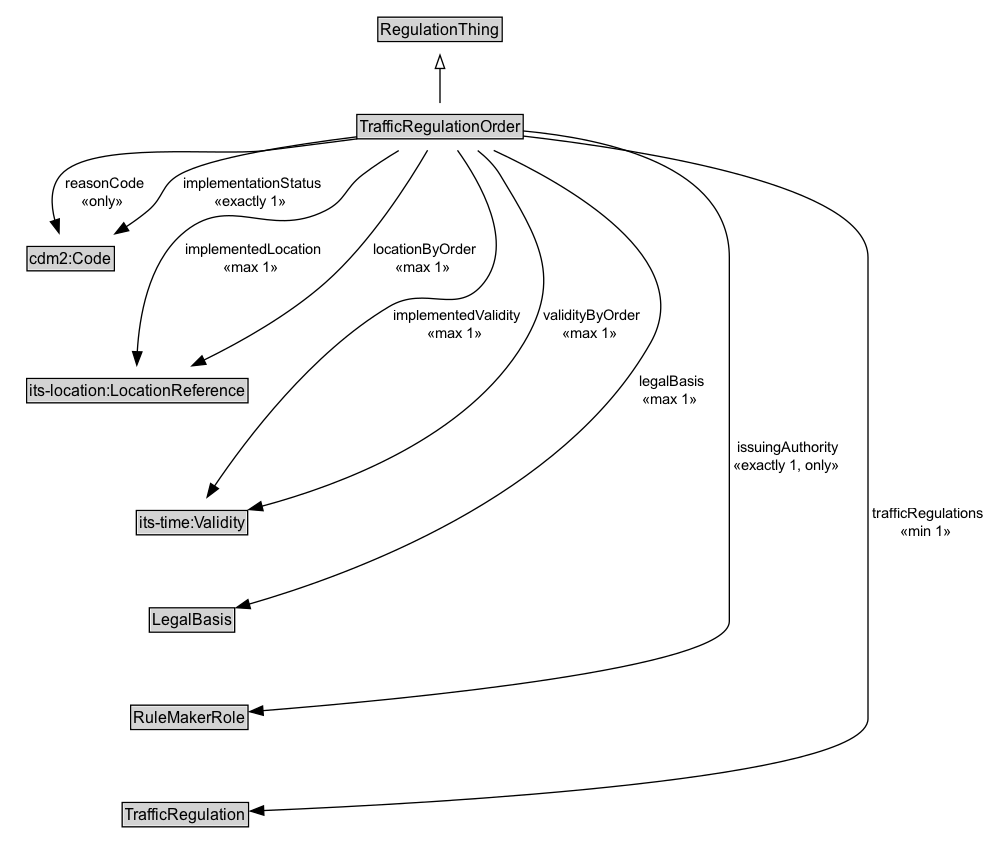
This is docs/diagrams/TrafficRegulationOrder.dot.png from k-vaughn/ontology-its-regulation, a Graphviz export, as it was before one commit. Its source is kept beside it as docs/diagrams/TrafficRegulationOrder.dot. Its diagram source:
```dot
digraph {
	graph [overlap=false rankdir=TB splines=true]
	node [fontname=Arial fontsize=12 margin=0 shape=none]
	edge [fontname=Arial fontsize=11]
	{
		rank=max
		TrafficRegulationOrder [label=<<TABLE BORDER="1" CELLBORDER="0" CELLSPACING="0" CELLPADDING="1"><TR><TD BGCOLOR="lightgray" ALIGN="CENTER" PORT="e">TrafficRegulationOrder</TD></TR></TABLE>> URL="../TrafficRegulationOrder.md" margin=0]
	}
	subgraph cluster_associated {
		label="" style=invis
		Invis [label=<<TABLE BORDER="0" CELLBORDER="0" CELLSPACING="0" CELLPADDING="1"><TR><TD></TD></TR></TABLE>> margin=0 style=invis]
		cdm2_Code [label=<<TABLE BORDER="1" CELLBORDER="0" CELLSPACING="0" CELLPADDING="1"><TR><TD BGCOLOR="lightgray" ALIGN="CENTER">cdm2:Code</TD></TR></TABLE>> margin=0]
		"its-location_LocationReference" [label=<<TABLE BORDER="1" CELLBORDER="0" CELLSPACING="0" CELLPADDING="1"><TR><TD BGCOLOR="lightgray" ALIGN="CENTER">its-location:LocationReference</TD></TR></TABLE>> margin=0]
		"its-time_Validity" [label=<<TABLE BORDER="1" CELLBORDER="0" CELLSPACING="0" CELLPADDING="1"><TR><TD BGCOLOR="lightgray" ALIGN="CENTER">its-time:Validity</TD></TR></TABLE>> margin=0]
		LegalBasis [label=<<TABLE BORDER="1" CELLBORDER="0" CELLSPACING="0" CELLPADDING="1"><TR><TD BGCOLOR="lightgray" ALIGN="CENTER">LegalBasis</TD></TR></TABLE>> URL="../LegalBasis.md" margin=0]
		RuleMakerRole [label=<<TABLE BORDER="1" CELLBORDER="0" CELLSPACING="0" CELLPADDING="1"><TR><TD BGCOLOR="lightgray" ALIGN="CENTER">RuleMakerRole</TD></TR></TABLE>> URL="../RuleMakerRole.md" margin=0]
		TrafficRegulation [label=<<TABLE BORDER="1" CELLBORDER="0" CELLSPACING="0" CELLPADDING="1"><TR><TD BGCOLOR="lightgray" ALIGN="CENTER">TrafficRegulation</TD></TR></TABLE>> URL="../TrafficRegulation.md" margin=0]
	}
	RegulationThing [label=<<TABLE BORDER="1" CELLBORDER="0" CELLSPACING="0" CELLPADDING="1"><TR><TD BGCOLOR="lightgray" ALIGN="CENTER">RegulationThing</TD></TR></TABLE>> URL="../RegulationThing.md" margin=0]
	TrafficRegulationOrder -> RegulationThing [arrowhead=onormal style=solid]
	TrafficRegulationOrder -> Invis [style=invis]
	Invis -> cdm2_Code [style=invis]
	cdm2_Code -> "its-location_LocationReference" [style=invis]
	"its-location_LocationReference" -> "its-time_Validity" [style=invis]
	"its-time_Validity" -> LegalBasis [style=invis]
	LegalBasis -> RuleMakerRole [style=invis]
	RuleMakerRole -> TrafficRegulation [style=invis]
	TrafficRegulationOrder -> RuleMakerRole [label=" issuingAuthority
 «exactly 1, only»  " arrowhead=normal style=solid]
	TrafficRegulationOrder -> cdm2_Code [label=" reasonCode
 «only»  " arrowhead=normal style=solid]
	TrafficRegulationOrder -> cdm2_Code [label=" implementationStatus
 «exactly 1»  " arrowhead=normal style=solid]
	TrafficRegulationOrder -> LegalBasis [label=" legalBasis
 «max 1»  " arrowhead=normal style=solid]
	TrafficRegulationOrder -> "its-location_LocationReference" [label=" implementedLocation
 «max 1»  " arrowhead=normal style=solid]
	TrafficRegulationOrder -> "its-location_LocationReference" [label=" locationByOrder
 «max 1»  " arrowhead=normal style=solid]
	TrafficRegulationOrder -> "its-time_Validity" [label=" implementedValidity
 «max 1»  " arrowhead=normal style=solid]
	TrafficRegulationOrder -> "its-time_Validity" [label=" validityByOrder
 «max 1»  " arrowhead=normal style=solid]
	TrafficRegulationOrder -> TrafficRegulation [label=" trafficRegulations
 «min 1»  " arrowhead=normal style=solid]
}
```
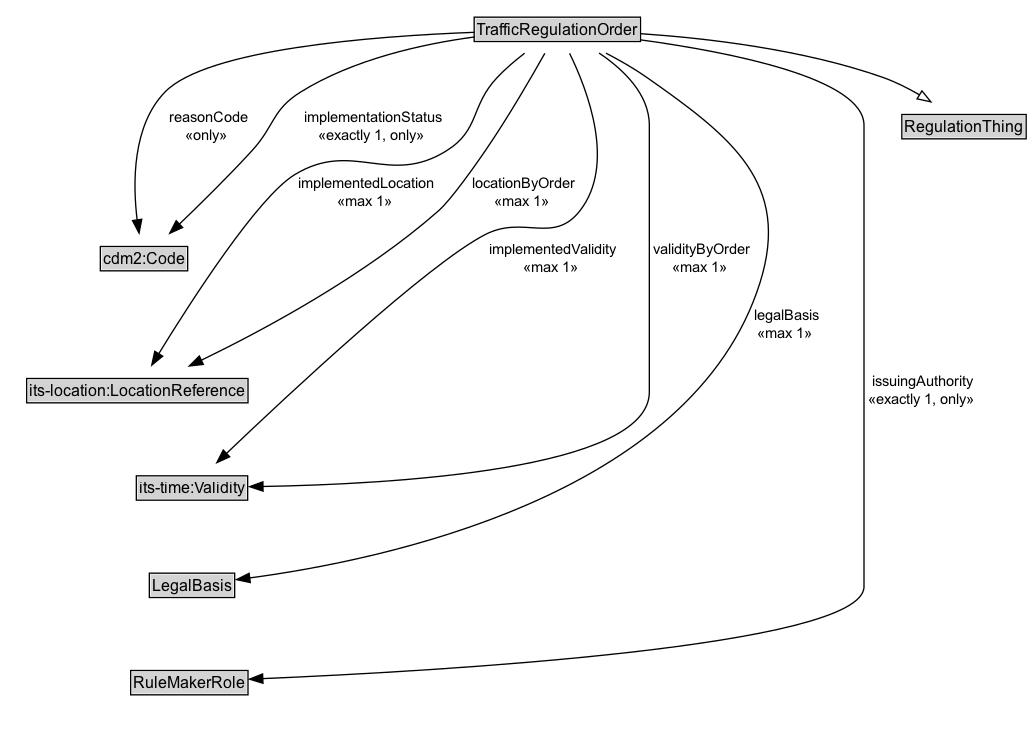
Above is the later version.

The edit, as a diff of the source:
```diff
@@ -2,21 +2,20 @@
 	graph [overlap=false rankdir=TB splines=true]
 	node [fontname=Arial fontsize=12 margin=0 shape=none]
 	edge [fontname=Arial fontsize=11]
+	TrafficRegulationOrder [label=<<TABLE BORDER="1" CELLBORDER="0" CELLSPACING="0" CELLPADDING="1"><TR><TD BGCOLOR="lightgray" ALIGN="CENTER">TrafficRegulationOrder</TD></TR></TABLE>> URL="../TrafficRegulationOrder" margin=0]
 	{
 		rank=max
-		TrafficRegulationOrder [label=<<TABLE BORDER="1" CELLBORDER="0" CELLSPACING="0" CELLPADDING="1"><TR><TD BGCOLOR="lightgray" ALIGN="CENTER" PORT="e">TrafficRegulationOrder</TD></TR></TABLE>> URL="../TrafficRegulationOrder.md" margin=0]
 	}
 	subgraph cluster_associated {
 		label="" style=invis
 		Invis [label=<<TABLE BORDER="0" CELLBORDER="0" CELLSPACING="0" CELLPADDING="1"><TR><TD></TD></TR></TABLE>> margin=0 style=invis]
-		cdm2_Code [label=<<TABLE BORDER="1" CELLBORDER="0" CELLSPACING="0" CELLPADDING="1"><TR><TD BGCOLOR="lightgray" ALIGN="CENTER">cdm2:Code</TD></TR></TABLE>> margin=0]
-		"its-location_LocationReference" [label=<<TABLE BORDER="1" CELLBORDER="0" CELLSPACING="0" CELLPADDING="1"><TR><TD BGCOLOR="lightgray" ALIGN="CENTER">its-location:LocationReference</TD></TR></TABLE>> margin=0]
-		"its-time_Validity" [label=<<TABLE BORDER="1" CELLBORDER="0" CELLSPACING="0" CELLPADDING="1"><TR><TD BGCOLOR="lightgray" ALIGN="CENTER">its-time:Validity</TD></TR></TABLE>> margin=0]
-		LegalBasis [label=<<TABLE BORDER="1" CELLBORDER="0" CELLSPACING="0" CELLPADDING="1"><TR><TD BGCOLOR="lightgray" ALIGN="CENTER">LegalBasis</TD></TR></TABLE>> URL="../LegalBasis.md" margin=0]
-		RuleMakerRole [label=<<TABLE BORDER="1" CELLBORDER="0" CELLSPACING="0" CELLPADDING="1"><TR><TD BGCOLOR="lightgray" ALIGN="CENTER">RuleMakerRole</TD></TR></TABLE>> URL="../RuleMakerRole.md" margin=0]
-		TrafficRegulation [label=<<TABLE BORDER="1" CELLBORDER="0" CELLSPACING="0" CELLPADDING="1"><TR><TD BGCOLOR="lightgray" ALIGN="CENTER">TrafficRegulation</TD></TR></TABLE>> URL="../TrafficRegulation.md" margin=0]
+		cdm2_Code [label=<<TABLE BORDER="1" CELLBORDER="0" CELLSPACING="0" CELLPADDING="1"><TR><TD BGCOLOR="lightgray" ALIGN="CENTER">cdm2:Code</TD></TR></TABLE>> URL="https://w3id.org/citydata/part2/v1/Code" margin=0]
+		"its-location_LocationReference" [label=<<TABLE BORDER="1" CELLBORDER="0" CELLSPACING="0" CELLPADDING="1"><TR><TD BGCOLOR="lightgray" ALIGN="CENTER">its-location:LocationReference</TD></TR></TABLE>> URL="https://w3id.org/itsdata/location/v1/LocationReference" margin=0]
+		"its-time_Validity" [label=<<TABLE BORDER="1" CELLBORDER="0" CELLSPACING="0" CELLPADDING="1"><TR><TD BGCOLOR="lightgray" ALIGN="CENTER">its-time:Validity</TD></TR></TABLE>> URL="https://w3id.org/itsdata/time/v1/Validity" margin=0]
+		LegalBasis [label=<<TABLE BORDER="1" CELLBORDER="0" CELLSPACING="0" CELLPADDING="1"><TR><TD BGCOLOR="lightgray" ALIGN="CENTER">LegalBasis</TD></TR></TABLE>> URL="../LegalBasis" margin=0]
+		RuleMakerRole [label=<<TABLE BORDER="1" CELLBORDER="0" CELLSPACING="0" CELLPADDING="1"><TR><TD BGCOLOR="lightgray" ALIGN="CENTER">RuleMakerRole</TD></TR></TABLE>> URL="../RuleMakerRole" margin=0]
 	}
-	RegulationThing [label=<<TABLE BORDER="1" CELLBORDER="0" CELLSPACING="0" CELLPADDING="1"><TR><TD BGCOLOR="lightgray" ALIGN="CENTER">RegulationThing</TD></TR></TABLE>> URL="../RegulationThing.md" margin=0]
+	RegulationThing [label=<<TABLE BORDER="1" CELLBORDER="0" CELLSPACING="0" CELLPADDING="1"><TR><TD BGCOLOR="lightgray" ALIGN="CENTER">RegulationThing</TD></TR></TABLE>> URL="../RegulationThing" margin=0]
 	TrafficRegulationOrder -> RegulationThing [arrowhead=onormal style=solid]
 	TrafficRegulationOrder -> Invis [style=invis]
 	Invis -> cdm2_Code [style=invis]
@@ -24,13 +23,12 @@
 	"its-location_LocationReference" -> "its-time_Validity" [style=invis]
 	"its-time_Validity" -> LegalBasis [style=invis]
 	LegalBasis -> RuleMakerRole [style=invis]
-	RuleMakerRole -> TrafficRegulation [style=invis]
 	TrafficRegulationOrder -> RuleMakerRole [label=" issuingAuthority
  «exactly 1, only»  " arrowhead=normal style=solid]
 	TrafficRegulationOrder -> cdm2_Code [label=" reasonCode
  «only»  " arrowhead=normal style=solid]
 	TrafficRegulationOrder -> cdm2_Code [label=" implementationStatus
- «exactly 1»  " arrowhead=normal style=solid]
+ «exactly 1, only»  " arrowhead=normal style=solid]
 	TrafficRegulationOrder -> LegalBasis [label=" legalBasis
  «max 1»  " arrowhead=normal style=solid]
 	TrafficRegulationOrder -> "its-location_LocationReference" [label=" implementedLocation
@@ -41,6 +39,4 @@
  «max 1»  " arrowhead=normal style=solid]
 	TrafficRegulationOrder -> "its-time_Validity" [label=" validityByOrder
  «max 1»  " arrowhead=normal style=solid]
-	TrafficRegulationOrder -> TrafficRegulation [label=" trafficRegulations
- «min 1»  " arrowhead=normal style=solid]
 }
```
